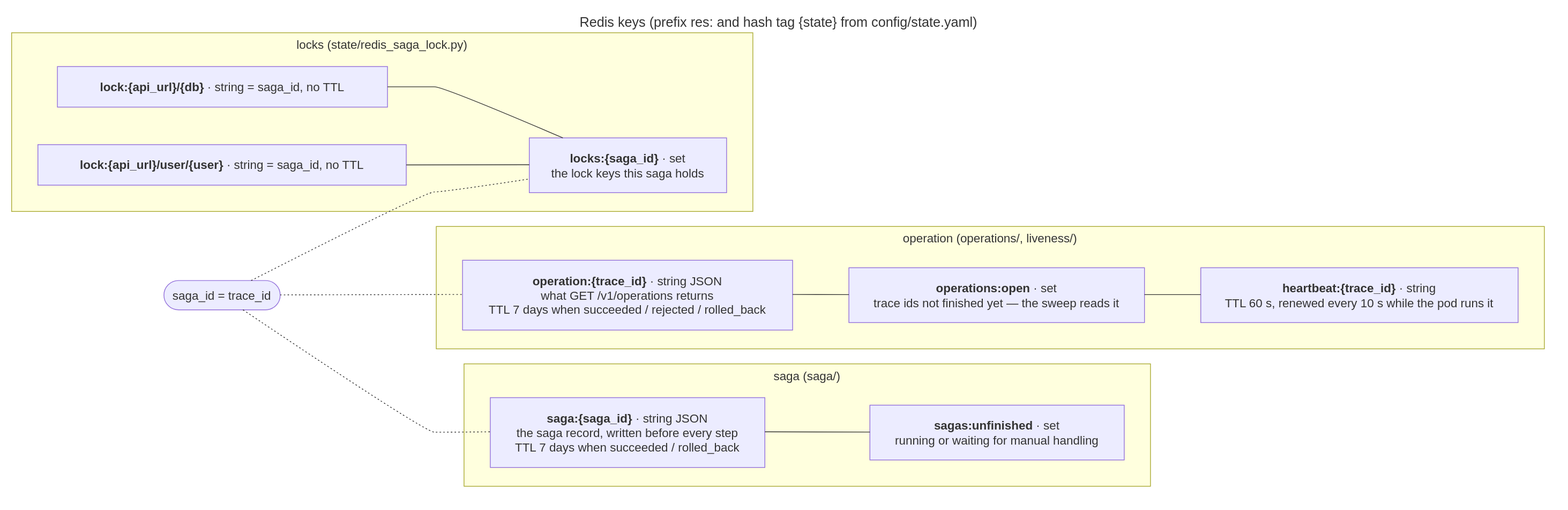
The draw.io diagram docs/diagrams/18-redis-keys.drawio.svg in EliShteinman/redis-enterprise-services, before a commit. Source tidied: cells renumbered, new cells last; positions are measured from the earlier drawing's top-left corner, leaving out a move shared by most shapes.
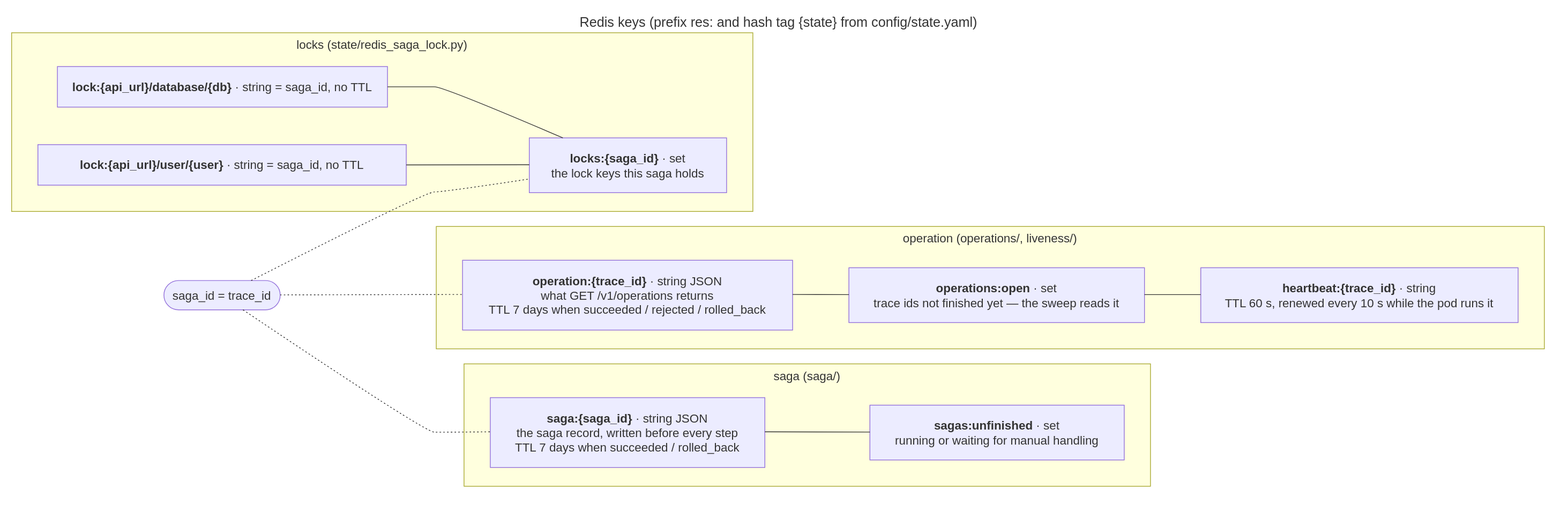
The same diagram one commit later.

Commit message:
docs: the database lock key has its own kind segment, like the user lock key

Change to the diagram source:
```diff
@@ -35,7 +35,7 @@
     <mxCell id="12" value="locks (state/redis_saga_lock.py)" style="html=1;whiteSpace=wrap;strokeWidth=1;verticalAlign=top;fillColor=light-dark(#ffffde,#1f2020);strokeColor=light-dark(#aaaa33,#cccccc);fontColor=light-dark(#333333,#cccccc);fontFamily=Trebuchet MS,Verdana,Arial,sans-serif;fontSize=16;" parent="1" vertex="1">
       <mxGeometry y="28" width="988" height="238" as="geometry" />
     </mxCell>
-    <mxCell id="13" value="&lt;b&gt;lock:{api_url}/{db}&lt;/b&gt; · string = saga_id, no TTL" style="html=1;whiteSpace=wrap;strokeWidth=1;fillColor=light-dark(#ECECFF,#1f2020);strokeColor=light-dark(#9370DB,#cccccc);fontColor=light-dark(#333333,#cccccc);fontFamily=Trebuchet MS,Verdana,Arial,sans-serif;fontSize=16;" parent="12" vertex="1">
+    <mxCell id="13" value="&lt;b&gt;lock:{api_url}/database/{db}&lt;/b&gt; · string = saga_id, no TTL" style="html=1;whiteSpace=wrap;strokeWidth=1;fillColor=light-dark(#ECECFF,#1f2020);strokeColor=light-dark(#9370DB,#cccccc);fontColor=light-dark(#333333,#cccccc);fontFamily=Trebuchet MS,Verdana,Arial,sans-serif;fontSize=16;" parent="12" vertex="1">
       <mxGeometry x="61" y="45" width="440" height="54" as="geometry" />
     </mxCell>
     <mxCell id="14" value="&lt;b&gt;lock:{api_url}/user/{user}&lt;/b&gt; · string = saga_id, no TTL" style="html=1;whiteSpace=wrap;strokeWidth=1;fillColor=light-dark(#ECECFF,#1f2020);strokeColor=light-dark(#9370DB,#cccccc);fontColor=light-dark(#333333,#cccccc);fontFamily=Trebuchet MS,Verdana,Arial,sans-serif;fontSize=16;" parent="12" vertex="1">
```
